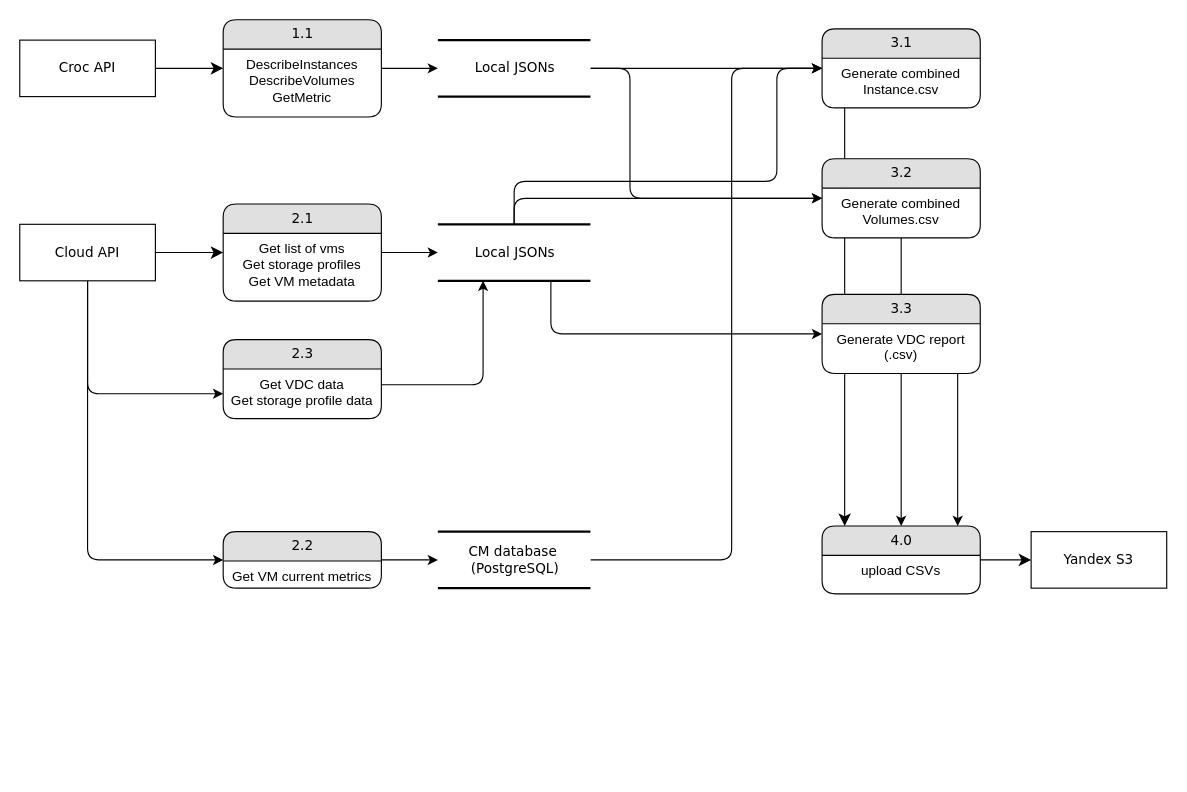
Above: t-sh-poc-dataflow.drawio in ptokarev/cloudmaster (draw.io), before the change. Source tidied: cells renumbered, new cells numbered last; positions are measured from the earlier drawing's top-left corner, leaving out a move shared by most shapes. Both pictures are drawn from the tidied source at 113%, with x=0, y=0 at pixel (19, 19).
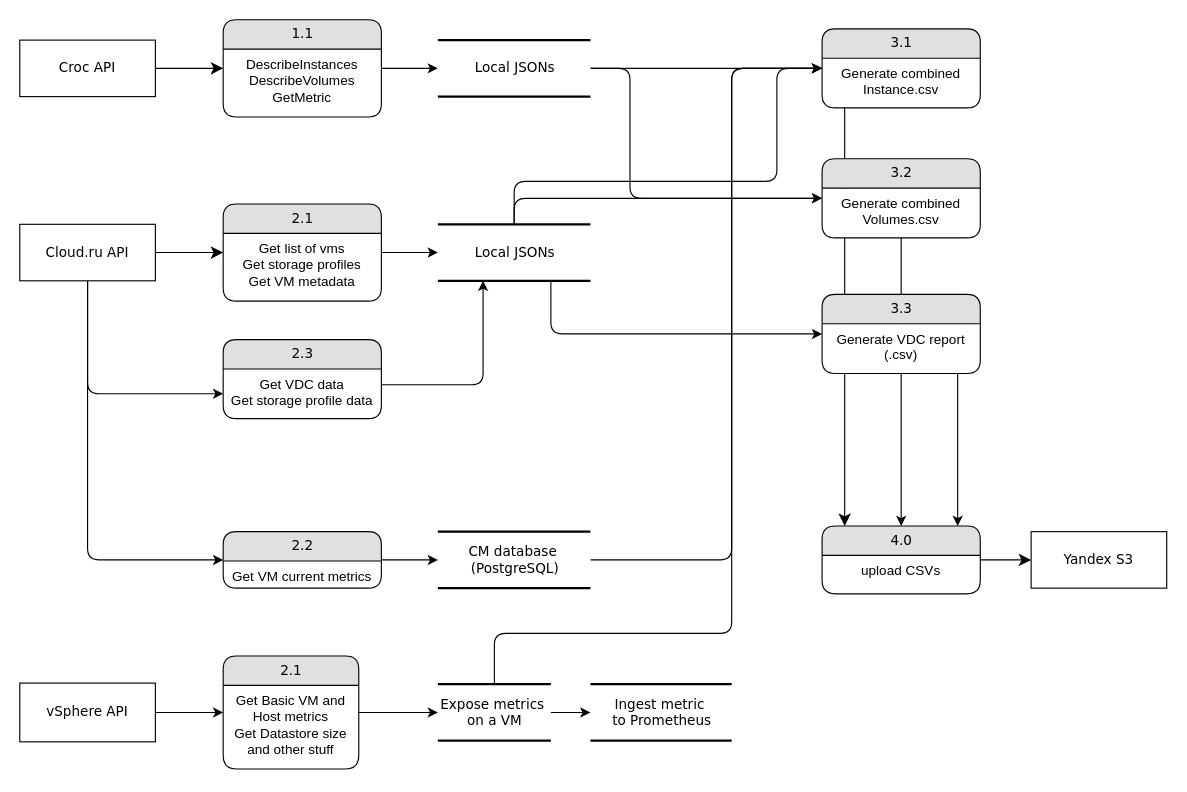
The same diagram, later.

Commit message:
added vSphere data process

Diff of the diagram source:
```diff
@@
-    <mxCell id="23" value="Cloud API" style="whiteSpace=wrap;html=1;rounded=0;shadow=0;comic=0;labelBackgroundColor=none;strokeWidth=1;fontFamily=Verdana;fontSize=12;align=center;" parent="1" vertex="1">
+    <mxCell id="23" value="Cloud.ru API" style="whiteSpace=wrap;html=1;rounded=0;shadow=0;comic=0;labelBackgroundColor=none;strokeWidth=1;fontFamily=Verdana;fontSize=12;align=center;" parent="1" vertex="1">
       <mxGeometry y="181" width="120" height="50" as="geometry" />
     </mxCell>
@@
+    <mxCell id="42" value="Expose metrics&amp;nbsp;&lt;div&gt;on a VM&lt;/div&gt;" style="html=1;rounded=0;shadow=0;comic=0;labelBackgroundColor=none;strokeWidth=2;fontFamily=Verdana;fontSize=12;align=center;shape=mxgraph.ios7ui.horLines;" parent="1" vertex="1">
+      <mxGeometry x="370" y="588" width="100" height="50" as="geometry" />
+    </mxCell>
+    <mxCell id="43" style="edgeStyle=orthogonalEdgeStyle;rounded=1;jettySize=auto;html=1;curved=0;" parent="1" edge="1" source="44" target="46">
+      <mxGeometry relative="1" as="geometry">
+        <Array as="points">
+          <mxPoint x="140" y="613" />
+          <mxPoint x="140" y="613" />
+        </Array>
+      </mxGeometry>
+    </mxCell>
+    <mxCell id="44" value="vSphere API" style="whiteSpace=wrap;html=1;rounded=0;shadow=0;comic=0;labelBackgroundColor=none;strokeWidth=1;fontFamily=Verdana;fontSize=12;align=center;" parent="1" vertex="1">
+      <mxGeometry y="587" width="120" height="52" as="geometry" />
+    </mxCell>
+    <mxCell id="45" style="edgeStyle=orthogonalEdgeStyle;rounded=0;jettySize=auto;html=1;" parent="1" edge="1" source="46" target="42">
+      <mxGeometry relative="1" as="geometry" />
+    </mxCell>
+    <mxCell id="46" value="2.1" style="swimlane;html=1;fontStyle=0;horizontal=1;startSize=26;fillColor=#e0e0e0;swimlaneFillColor=#ffffff;align=center;rounded=1;shadow=0;comic=0;labelBackgroundColor=none;strokeWidth=1;fontFamily=Verdana;fontSize=12;" parent="1" vertex="1">
+      <mxGeometry x="180" y="563" width="120" height="100" as="geometry" />
+    </mxCell>
+    <mxCell id="47" value="&lt;div&gt;Get Basic VM and Host metrics&lt;/div&gt;&lt;div&gt;Get&amp;nbsp;&lt;span style=&quot;background-color: initial;&quot;&gt;Datastore size and other stuff&lt;/span&gt;&lt;/div&gt;" style="text;html=1;strokeColor=none;fillColor=none;spacingLeft=4;spacingRight=4;whiteSpace=wrap;overflow=hidden;align=center;" parent="46" vertex="1">
+      <mxGeometry y="26" width="120" height="74" as="geometry" />
+    </mxCell>
+    <mxCell id="48" value="Ingest metric&amp;nbsp;&lt;div&gt;to Prometheus&lt;/div&gt;" style="html=1;rounded=0;shadow=0;comic=0;labelBackgroundColor=none;strokeWidth=2;fontFamily=Verdana;fontSize=12;align=center;shape=mxgraph.ios7ui.horLines;" parent="1" vertex="1">
+      <mxGeometry x="505" y="588" width="125" height="50" as="geometry" />
+    </mxCell>
+    <mxCell id="49" style="edgeStyle=orthogonalEdgeStyle;rounded=0;jettySize=auto;html=1;" parent="1" edge="1" source="42" target="48">
+      <mxGeometry relative="1" as="geometry" />
+    </mxCell>
+    <mxCell id="50" style="edgeStyle=orthogonalEdgeStyle;rounded=1;jettySize=auto;html=1;curved=0;" parent="1" edge="1" source="42">
+      <mxGeometry relative="1" as="geometry">
+        <mxPoint x="710" y="43" as="targetPoint" />
+        <Array as="points">
+          <mxPoint x="420" y="543" />
+          <mxPoint x="630" y="543" />
+          <mxPoint x="630" y="43" />
+          <mxPoint x="690" y="43" />
+        </Array>
+      </mxGeometry>
+    </mxCell>
```
